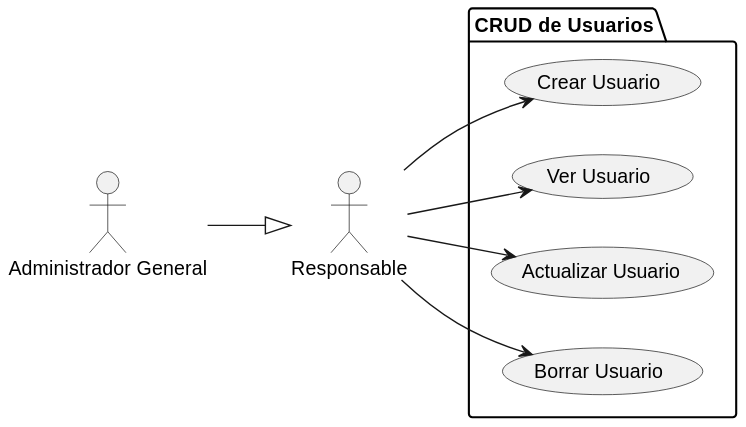
Before: docs/casosDeUso/diagramaCasosDeUso/manejoUsuarios/manejoUsuario.svg, a diagram exported from PlantUML (mmasias/24-25-IdSw1-SDR).
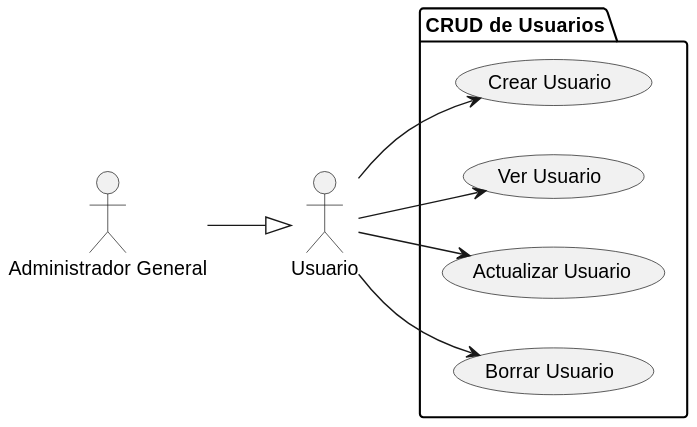
The same file after the commit.

Commit message:
FIX/ cambiar responsable a usuario

What changed in the source:
```diff
@@ -1,7 +1,7 @@
 @startuml
 left to right direction
 actor "Administrador General" as AdminGeneral
-actor "Responsable" as Responsable
+actor "Usuario" as Usuario
 
 package "CRUD de Usuarios" {
     usecase "Crear Usuario" as CU1
@@ -10,9 +10,9 @@
     usecase "Borrar Usuario" as CU4
 }
 
-AdminGeneral --|> Responsable
-Responsable --> CU1
-Responsable --> CU2
-Responsable --> CU3
-Responsable --> CU4
+AdminGeneral --|> Usuario
+Usuario --> CU1
+Usuario --> CU2
+Usuario --> CU3
+Usuario --> CU4
 @enduml
```
